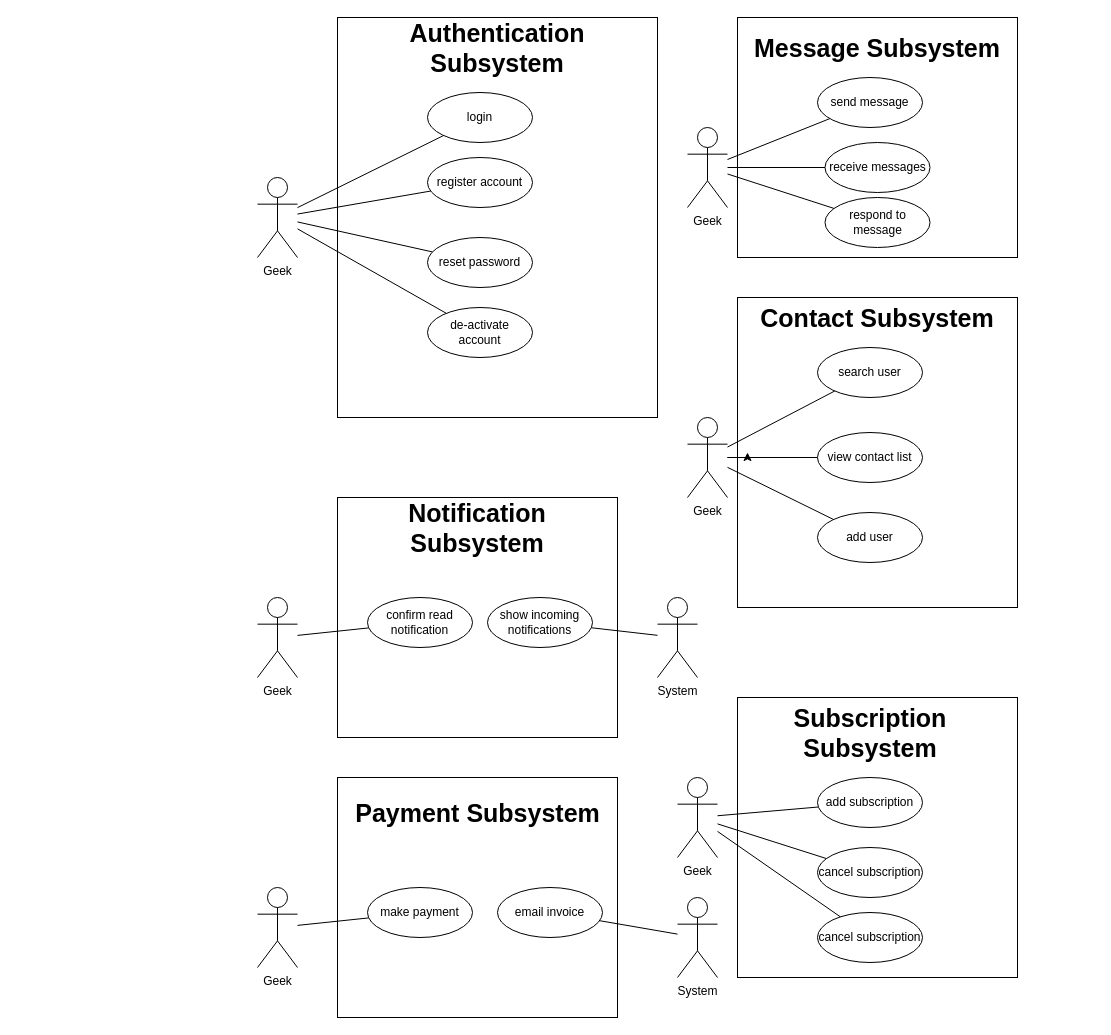
This is sub-system_usecases.drawio from bheki97/geeks_chat_application, a draw.io file, before an edit. Source tidied: cells renumbered, new cells numbered last; positions are measured from the earlier drawing's top-left corner, leaving out a move shared by most shapes. Both pictures are drawn from the tidied source at 100%, with x=0, y=0 at pixel (257, 17).
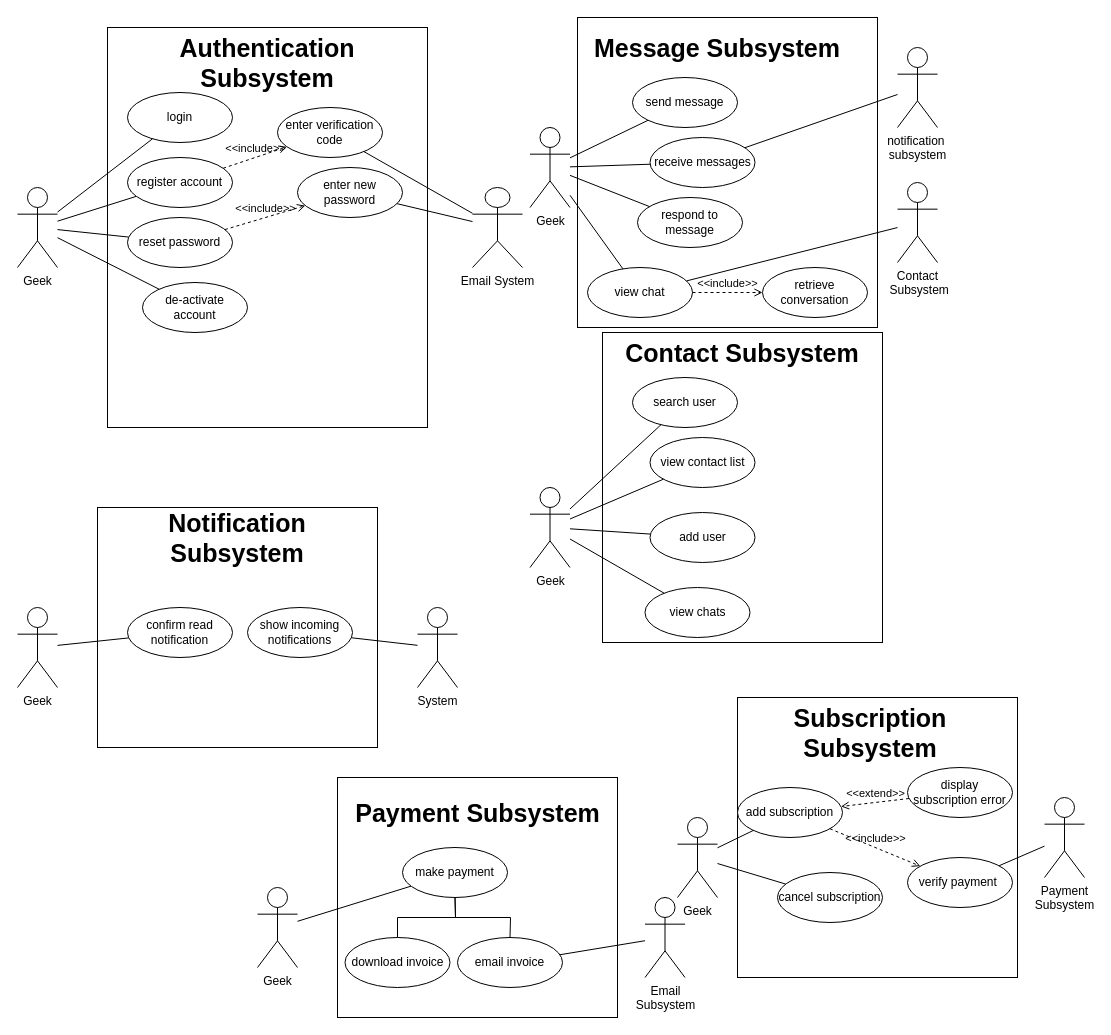
Above is the later version.

Diff of the diagram source:
```diff
@@
     <mxCell id="2" style="rounded=0;whiteSpace=wrap;html=1;" parent="1" vertex="1">
-      <mxGeometry x="80" width="320" height="400" as="geometry" />
+      <mxGeometry x="-150" y="10" width="320" height="400" as="geometry" />
     </mxCell>
     <mxCell id="3" value="Authentication Subsystem" style="text;html=1;strokeColor=none;fillColor=none;align=center;verticalAlign=middle;whiteSpace=wrap;rounded=0;fontSize=25;fontStyle=1;" parent="1" vertex="1">
-      <mxGeometry x="115" y="15" width="250" height="30" as="geometry" />
+      <mxGeometry x="-115" y="30" width="250" height="30" as="geometry" />
     </mxCell>
     <mxCell id="4" value="Geek" style="shape=umlActor;verticalLabelPosition=bottom;verticalAlign=top;html=1;outlineConnect=0;" parent="1" vertex="1">
-      <mxGeometry y="160" width="40" height="80" as="geometry" />
+      <mxGeometry x="-240" y="170" width="40" height="80" as="geometry" />
     </mxCell>
     <mxCell id="5" value="login" style="ellipse;whiteSpace=wrap;html=1;" parent="1" vertex="1">
-      <mxGeometry x="170" y="75" width="105" height="50" as="geometry" />
+      <mxGeometry x="-130" y="75" width="105" height="50" as="geometry" />
     </mxCell>
     <mxCell id="6" value="register account" style="ellipse;whiteSpace=wrap;html=1;" parent="1" vertex="1">
-      <mxGeometry x="170" y="140" width="105" height="50" as="geometry" />
+      <mxGeometry x="-130" y="140" width="105" height="50" as="geometry" />
     </mxCell>
     <mxCell id="7" value="reset password" style="ellipse;whiteSpace=wrap;html=1;" parent="1" vertex="1">
-      <mxGeometry x="170" y="220" width="105" height="50" as="geometry" />
+      <mxGeometry x="-130" y="200" width="105" height="50" as="geometry" />
     </mxCell>
     <mxCell id="8" value="de-activate account" style="ellipse;whiteSpace=wrap;html=1;" parent="1" vertex="1">
-      <mxGeometry x="170" y="290" width="105" height="50" as="geometry" />
+      <mxGeometry x="-115" y="265" width="105" height="50" as="geometry" />
     </mxCell>
@@
     <mxCell id="13" style="rounded=0;whiteSpace=wrap;html=1;" parent="1" vertex="1">
-      <mxGeometry x="480" width="280" height="240" as="geometry" />
+      <mxGeometry x="320" width="300" height="310" as="geometry" />
     </mxCell>
     <mxCell id="14" value="Message Subsystem" style="text;html=1;strokeColor=none;fillColor=none;align=center;verticalAlign=middle;whiteSpace=wrap;rounded=0;fontSize=25;fontStyle=1;" parent="1" vertex="1">
-      <mxGeometry x="495" y="15" width="250" height="30" as="geometry" />
+      <mxGeometry x="335" y="15" width="250" height="30" as="geometry" />
     </mxCell>
     <mxCell id="15" value="Geek" style="shape=umlActor;verticalLabelPosition=bottom;verticalAlign=top;html=1;outlineConnect=0;" parent="1" vertex="1">
-      <mxGeometry x="430" y="110" width="40" height="80" as="geometry" />
+      <mxGeometry x="272.5" y="110" width="40" height="80" as="geometry" />
     </mxCell>
     <mxCell id="16" value="send message" style="ellipse;whiteSpace=wrap;html=1;" parent="1" vertex="1">
-      <mxGeometry x="560" y="60" width="105" height="50" as="geometry" />
+      <mxGeometry x="375" y="60" width="105" height="50" as="geometry" />
     </mxCell>
     <mxCell id="17" value="receive messages" style="ellipse;whiteSpace=wrap;html=1;" parent="1" vertex="1">
-      <mxGeometry x="567.5" y="125" width="105" height="50" as="geometry" />
+      <mxGeometry x="392.5" y="120" width="105" height="50" as="geometry" />
     </mxCell>
@@
     <mxCell id="20" value="respond to message" style="ellipse;whiteSpace=wrap;html=1;" parent="1" vertex="1">
-      <mxGeometry x="567.5" y="180" width="105" height="50" as="geometry" />
+      <mxGeometry x="380" y="180" width="105" height="50" as="geometry" />
     </mxCell>
@@
     <mxCell id="22" style="rounded=0;whiteSpace=wrap;html=1;" parent="1" vertex="1">
-      <mxGeometry x="480" y="280" width="280" height="310" as="geometry" />
+      <mxGeometry x="345" y="315" width="280" height="310" as="geometry" />
     </mxCell>
     <mxCell id="23" value="Contact Subsystem" style="text;html=1;strokeColor=none;fillColor=none;align=center;verticalAlign=middle;whiteSpace=wrap;rounded=0;fontSize=25;fontStyle=1;" parent="1" vertex="1">
-      <mxGeometry x="495" y="285" width="250" height="30" as="geometry" />
+      <mxGeometry x="360" y="320" width="250" height="30" as="geometry" />
     </mxCell>
-    <mxCell id="24" style="edgeStyle=orthogonalEdgeStyle;rounded=0;jettySize=auto;html=1;" parent="1" edge="1" source="25" target="22">
-      <mxGeometry relative="1" as="geometry" />
-    </mxCell>
     <mxCell id="25" value="Geek" style="shape=umlActor;verticalLabelPosition=bottom;verticalAlign=top;html=1;outlineConnect=0;" parent="1" vertex="1">
-      <mxGeometry x="430" y="400" width="40" height="80" as="geometry" />
+      <mxGeometry x="272.5" y="470" width="40" height="80" as="geometry" />
     </mxCell>
     <mxCell id="26" value="search user" style="ellipse;whiteSpace=wrap;html=1;" parent="1" vertex="1">
-      <mxGeometry x="560" y="330" width="105" height="50" as="geometry" />
+      <mxGeometry x="375" y="360" width="105" height="50" as="geometry" />
     </mxCell>
     <mxCell id="27" value="view contact list" style="ellipse;whiteSpace=wrap;html=1;" parent="1" vertex="1">
-      <mxGeometry x="560" y="415" width="105" height="50" as="geometry" />
+      <mxGeometry x="392.5" y="420" width="105" height="50" as="geometry" />
     </mxCell>
@@
     <mxCell id="31" value="add user" style="ellipse;whiteSpace=wrap;html=1;" parent="1" vertex="1">
-      <mxGeometry x="560" y="495" width="105" height="50" as="geometry" />
+      <mxGeometry x="392.5" y="495" width="105" height="50" as="geometry" />
     </mxCell>
     <mxCell id="32" style="rounded=0;whiteSpace=wrap;html=1;" parent="1" vertex="1">
-      <mxGeometry x="80" y="480" width="280" height="240" as="geometry" />
+      <mxGeometry x="-160" y="490" width="280" height="240" as="geometry" />
     </mxCell>
     <mxCell id="33" value="Notification Subsystem" style="text;html=1;strokeColor=none;fillColor=none;align=center;verticalAlign=middle;whiteSpace=wrap;rounded=0;fontSize=25;fontStyle=1;" parent="1" vertex="1">
-      <mxGeometry x="105" y="495" width="230" height="30" as="geometry" />
+      <mxGeometry x="-135" y="505" width="230" height="30" as="geometry" />
     </mxCell>
     <mxCell id="34" value="show incoming notifications" style="ellipse;whiteSpace=wrap;html=1;" parent="1" vertex="1">
-      <mxGeometry x="230" y="580" width="105" height="50" as="geometry" />
+      <mxGeometry x="-10" y="590" width="105" height="50" as="geometry" />
     </mxCell>
     <mxCell id="35" value="System" style="shape=umlActor;verticalLabelPosition=bottom;verticalAlign=top;html=1;outlineConnect=0;" parent="1" vertex="1">
-      <mxGeometry x="400" y="580" width="40" height="80" as="geometry" />
+      <mxGeometry x="160" y="590" width="40" height="80" as="geometry" />
     </mxCell>
@@
     <mxCell id="37" value="confirm read notification" style="ellipse;whiteSpace=wrap;html=1;" parent="1" vertex="1">
-      <mxGeometry x="110" y="580" width="105" height="50" as="geometry" />
+      <mxGeometry x="-130" y="590" width="105" height="50" as="geometry" />
     </mxCell>
     <mxCell id="38" value="Geek" style="shape=umlActor;verticalLabelPosition=bottom;verticalAlign=top;html=1;outlineConnect=0;" parent="1" vertex="1">
-      <mxGeometry y="580" width="40" height="80" as="geometry" />
+      <mxGeometry x="-240" y="590" width="40" height="80" as="geometry" />
     </mxCell>
@@
     <mxCell id="42" value="add subscription" style="ellipse;whiteSpace=wrap;html=1;" parent="1" vertex="1">
-      <mxGeometry x="560" y="760" width="105" height="50" as="geometry" />
+      <mxGeometry x="480" y="770" width="105" height="50" as="geometry" />
     </mxCell>
     <mxCell id="43" value="Geek" style="shape=umlActor;verticalLabelPosition=bottom;verticalAlign=top;html=1;outlineConnect=0;" parent="1" vertex="1">
-      <mxGeometry x="420" y="760" width="40" height="80" as="geometry" />
+      <mxGeometry x="420" y="800" width="40" height="80" as="geometry" />
     </mxCell>
     <mxCell id="44" value="cancel subscription" style="ellipse;whiteSpace=wrap;html=1;" parent="1" vertex="1">
-      <mxGeometry x="560" y="830" width="105" height="50" as="geometry" />
+      <mxGeometry x="520" y="855" width="105" height="50" as="geometry" />
     </mxCell>
@@
     <mxCell id="49" value="make payment" style="ellipse;whiteSpace=wrap;html=1;" parent="1" vertex="1">
-      <mxGeometry x="110" y="870" width="105" height="50" as="geometry" />
+      <mxGeometry x="145" y="830" width="105" height="50" as="geometry" />
     </mxCell>
@@
-    <mxCell id="52" value="System" style="shape=umlActor;verticalLabelPosition=bottom;verticalAlign=top;html=1;outlineConnect=0;" parent="1" vertex="1">
-      <mxGeometry x="420" y="880" width="40" height="80" as="geometry" />
+    <mxCell id="52" value="Email&lt;br&gt;Subsystem" style="shape=umlActor;verticalLabelPosition=bottom;verticalAlign=top;html=1;outlineConnect=0;" parent="1" vertex="1">
+      <mxGeometry x="387.5" y="880" width="40" height="80" as="geometry" />
     </mxCell>
+    <mxCell id="54" style="endArrow=none;html=1;rounded=0;" parent="1" edge="1" source="53" target="52">
+      <mxGeometry relative="1" as="geometry" />
+    </mxCell>
+    <mxCell id="57" value="enter verification code" style="ellipse;whiteSpace=wrap;html=1;" parent="1" vertex="1">
+      <mxGeometry x="20" y="90" width="105" height="50" as="geometry" />
+    </mxCell>
+    <mxCell id="58" value="&amp;lt;&amp;lt;include&amp;gt;&amp;gt;" style="html=1;verticalAlign=bottom;labelBackgroundColor=none;endArrow=open;endFill=0;dashed=1;rounded=0;" parent="1" edge="1" source="6" target="57">
+      <mxGeometry relative="1" as="geometry" />
+    </mxCell>
+    <mxCell id="59" value="Email System" style="shape=umlActor;verticalLabelPosition=bottom;verticalAlign=top;html=1;outlineConnect=0;" parent="1" vertex="1">
+      <mxGeometry x="215" y="170" width="50" height="80" as="geometry" />
+    </mxCell>
+    <mxCell id="60" style="endArrow=none;html=1;rounded=0;" parent="1" edge="1" source="57" target="59">
+      <mxGeometry relative="1" as="geometry" />
+    </mxCell>
+    <mxCell id="61" value="enter new password" style="ellipse;whiteSpace=wrap;html=1;" parent="1" vertex="1">
+      <mxGeometry x="40" y="150" width="105" height="50" as="geometry" />
+    </mxCell>
+    <mxCell id="62" style="endArrow=none;html=1;rounded=0;" parent="1" edge="1" source="61" target="59">
+      <mxGeometry relative="1" as="geometry" />
+    </mxCell>
+    <mxCell id="63" value="&amp;lt;&amp;lt;include&amp;gt;&amp;gt;" style="html=1;verticalAlign=bottom;labelBackgroundColor=none;endArrow=open;endFill=0;dashed=1;rounded=0;" parent="1" edge="1" source="7" target="61">
+      <mxGeometry relative="1" as="geometry" />
+    </mxCell>
+    <mxCell id="64" value="view chats" style="ellipse;whiteSpace=wrap;html=1;" parent="1" vertex="1">
+      <mxGeometry x="387.5" y="570" width="105" height="50" as="geometry" />
+    </mxCell>
+    <mxCell id="65" value="view chat" style="ellipse;whiteSpace=wrap;html=1;" parent="1" vertex="1">
+      <mxGeometry x="330" y="250" width="105" height="50" as="geometry" />
+    </mxCell>
+    <mxCell id="66" value="Contact&lt;br&gt;&amp;nbsp;Subsystem" style="shape=umlActor;verticalLabelPosition=bottom;verticalAlign=top;html=1;outlineConnect=0;" parent="1" vertex="1">
+      <mxGeometry x="640" y="165" width="40" height="80" as="geometry" />
+    </mxCell>
+    <mxCell id="67" style="endArrow=none;html=1;rounded=0;" parent="1" edge="1" source="65" target="66">
+      <mxGeometry relative="1" as="geometry" />
+    </mxCell>
+    <mxCell id="68" style="endArrow=none;html=1;rounded=0;" parent="1" edge="1" source="65" target="15">
+      <mxGeometry relative="1" as="geometry" />
+    </mxCell>
+    <mxCell id="69" style="endArrow=none;html=1;rounded=0;" parent="1" edge="1" source="25" target="64">
+      <mxGeometry relative="1" as="geometry" />
+    </mxCell>
+    <mxCell id="70" value="retrieve conversation" style="ellipse;whiteSpace=wrap;html=1;" parent="1" vertex="1">
+      <mxGeometry x="505" y="250" width="105" height="50" as="geometry" />
+    </mxCell>
+    <mxCell id="71" value="&amp;lt;&amp;lt;include&amp;gt;&amp;gt;" style="html=1;verticalAlign=bottom;labelBackgroundColor=none;endArrow=open;endFill=0;dashed=1;rounded=0;" parent="1" edge="1" source="65" target="70">
+      <mxGeometry relative="1" as="geometry" />
+    </mxCell>
+    <mxCell id="72" value="notification&amp;nbsp;&lt;br&gt;subsystem" style="shape=umlActor;verticalLabelPosition=bottom;verticalAlign=top;html=1;outlineConnect=0;" parent="1" vertex="1">
+      <mxGeometry x="640" y="30" width="40" height="80" as="geometry" />
+    </mxCell>
+    <mxCell id="73" style="endArrow=none;html=1;rounded=0;" parent="1" edge="1" source="17" target="72">
+      <mxGeometry relative="1" as="geometry" />
+    </mxCell>
     <mxCell id="53" value="email invoice" style="ellipse;whiteSpace=wrap;html=1;" parent="1" vertex="1">
-      <mxGeometry x="240" y="870" width="105" height="50" as="geometry" />
+      <mxGeometry x="200" y="920" width="105" height="50" as="geometry" />
     </mxCell>
-    <mxCell id="54" style="endArrow=none;html=1;rounded=0;" parent="1" edge="1" source="53" target="52">
-      <mxGeometry relative="1" as="geometry" />
-    </mxCell>
-    <mxCell id="55" value="cancel subscription" style="ellipse;whiteSpace=wrap;html=1;" parent="1" vertex="1">
-      <mxGeometry x="560" y="895" width="105" height="50" as="geometry" />
-    </mxCell>
-    <mxCell id="56" style="endArrow=none;html=1;rounded=0;" parent="1" edge="1" source="43" target="55">
-      <mxGeometry relative="1" as="geometry" />
-    </mxCell>
+    <mxCell id="74" value="download invoice" style="ellipse;whiteSpace=wrap;html=1;" parent="1" vertex="1">
+      <mxGeometry x="87.5" y="920" width="105" height="50" as="geometry" />
+    </mxCell>
+    <mxCell id="75" style="endArrow=none;html=1;rounded=0;" parent="1" edge="1" source="74" target="49">
+      <mxGeometry relative="1" as="geometry">
+        <Array as="points">
+          <mxPoint x="140" y="900" />
+          <mxPoint x="198" y="900" />
+        </Array>
+      </mxGeometry>
+    </mxCell>
+    <mxCell id="76" style="endArrow=none;html=1;rounded=0;" parent="1" edge="1" source="49" target="53">
+      <mxGeometry relative="1" as="geometry">
+        <Array as="points">
+          <mxPoint x="198" y="900" />
+          <mxPoint x="253" y="900" />
+        </Array>
+      </mxGeometry>
+    </mxCell>
+    <mxCell id="77" value="Payment&lt;br&gt;Subsystem" style="shape=umlActor;verticalLabelPosition=bottom;verticalAlign=top;html=1;outlineConnect=0;" parent="1" vertex="1">
+      <mxGeometry x="787" y="780" width="40" height="80" as="geometry" />
+    </mxCell>
+    <mxCell id="78" style="endArrow=none;html=1;rounded=0;" parent="1" edge="1" source="79" target="77">
+      <mxGeometry relative="1" as="geometry" />
+    </mxCell>
+    <mxCell id="79" value="verify payment&amp;nbsp;" style="ellipse;whiteSpace=wrap;html=1;" parent="1" vertex="1">
+      <mxGeometry x="650" y="840" width="105" height="50" as="geometry" />
+    </mxCell>
+    <mxCell id="80" value="&amp;lt;&amp;lt;include&amp;gt;&amp;gt;" style="html=1;verticalAlign=bottom;labelBackgroundColor=none;endArrow=open;endFill=0;dashed=1;rounded=0;" parent="1" edge="1" source="42" target="79">
+      <mxGeometry relative="1" as="geometry" />
+    </mxCell>
+    <mxCell id="81" value="display subscription error" style="ellipse;whiteSpace=wrap;html=1;" parent="1" vertex="1">
+      <mxGeometry x="650" y="750" width="105" height="50" as="geometry" />
+    </mxCell>
+    <mxCell id="82" value="&amp;lt;&amp;lt;extend&amp;gt;&amp;gt;" style="html=1;verticalAlign=bottom;labelBackgroundColor=none;endArrow=open;endFill=0;dashed=1;rounded=0;" parent="1" edge="1" source="81" target="42">
+      <mxGeometry relative="1" as="geometry" />
+    </mxCell>
```
